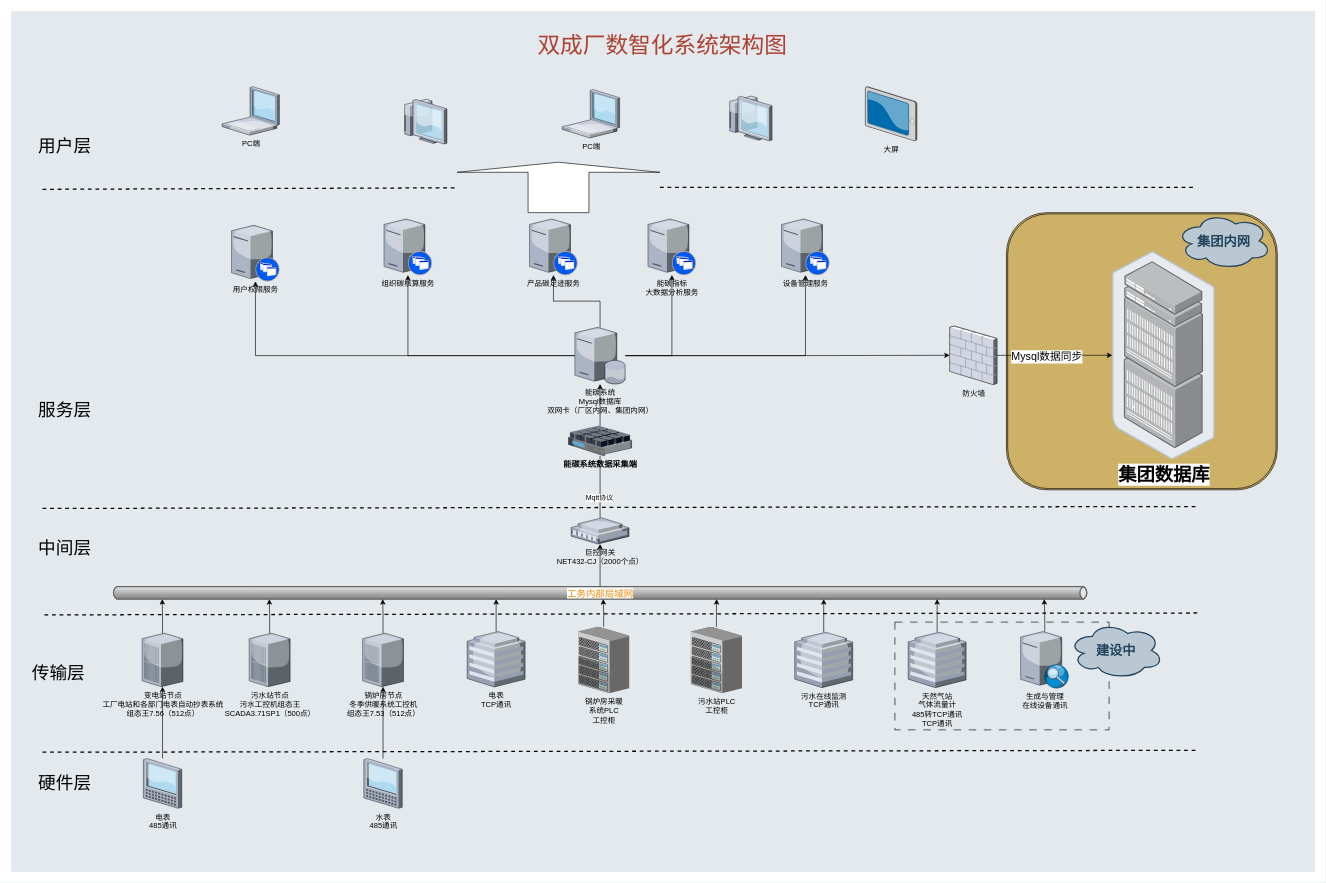
jtzjtz/draw-io keeps this draw.io diagram as 哈尔滨旺旺.drawio. Above is the earlier version. Source tidied: cells renumbered, new cells numbered last; positions are measured from the earlier drawing's top-left corner, leaving out a move shared by most shapes. Both pictures are drawn from the tidied source at 63%, with x=0, y=0 at pixel (11, 11).
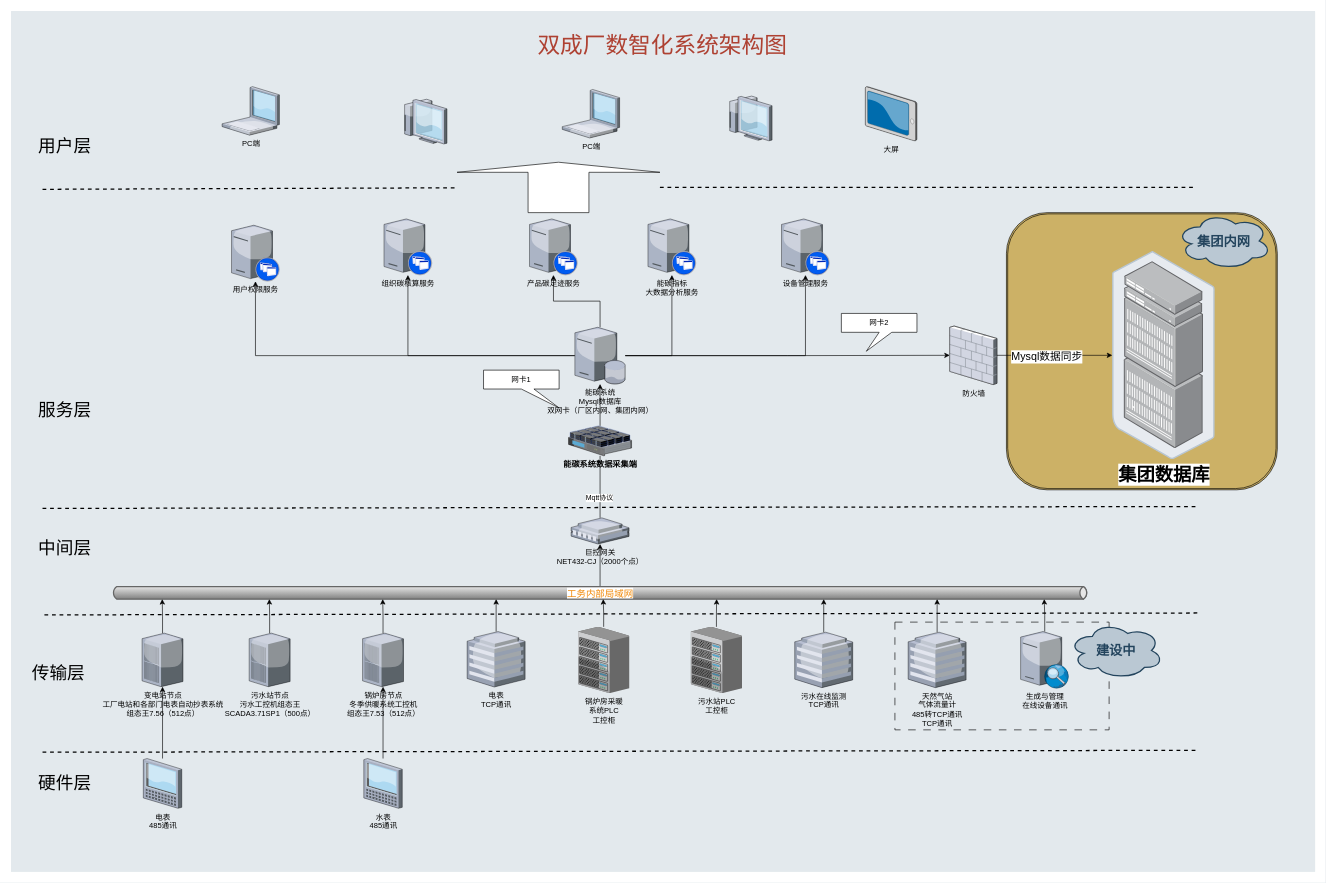
Above is the later version.

Commit message (it also covers changes not shown here):
更新哈尔滨旺旺.drawio

What changed in the source:
```diff
@@
+    <mxCell id="70" value="网卡1" style="shape=callout;whiteSpace=wrap;html=1;perimeter=calloutPerimeter;position2=1;" parent="1" vertex="1">
+      <mxGeometry x="750" y="570" width="120" height="60" as="geometry" />
+    </mxCell>
+    <mxCell id="71" value="网卡2" style="shape=callout;whiteSpace=wrap;html=1;perimeter=calloutPerimeter;position2=0.33;" parent="1" vertex="1">
+      <mxGeometry x="1318" y="480" width="120" height="60" as="geometry" />
+    </mxCell>
```
